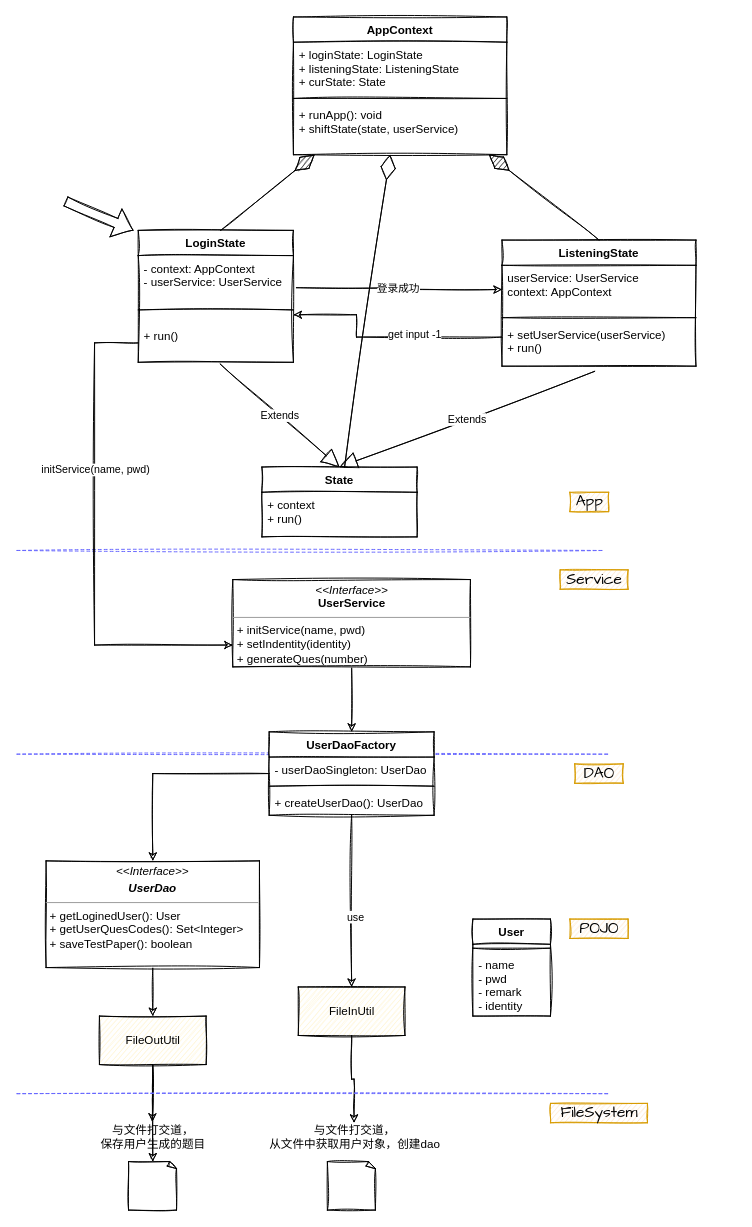
Before: Untitled Diagram.drawio in bankarian/pics, a draw.io diagram. Source tidied: cells renumbered, new cells numbered last; positions are measured from the earlier drawing's top-left corner, leaving out a move shared by most shapes. Both pictures are drawn from the tidied source at 97%, with x=0, y=0 at pixel (16, 16).
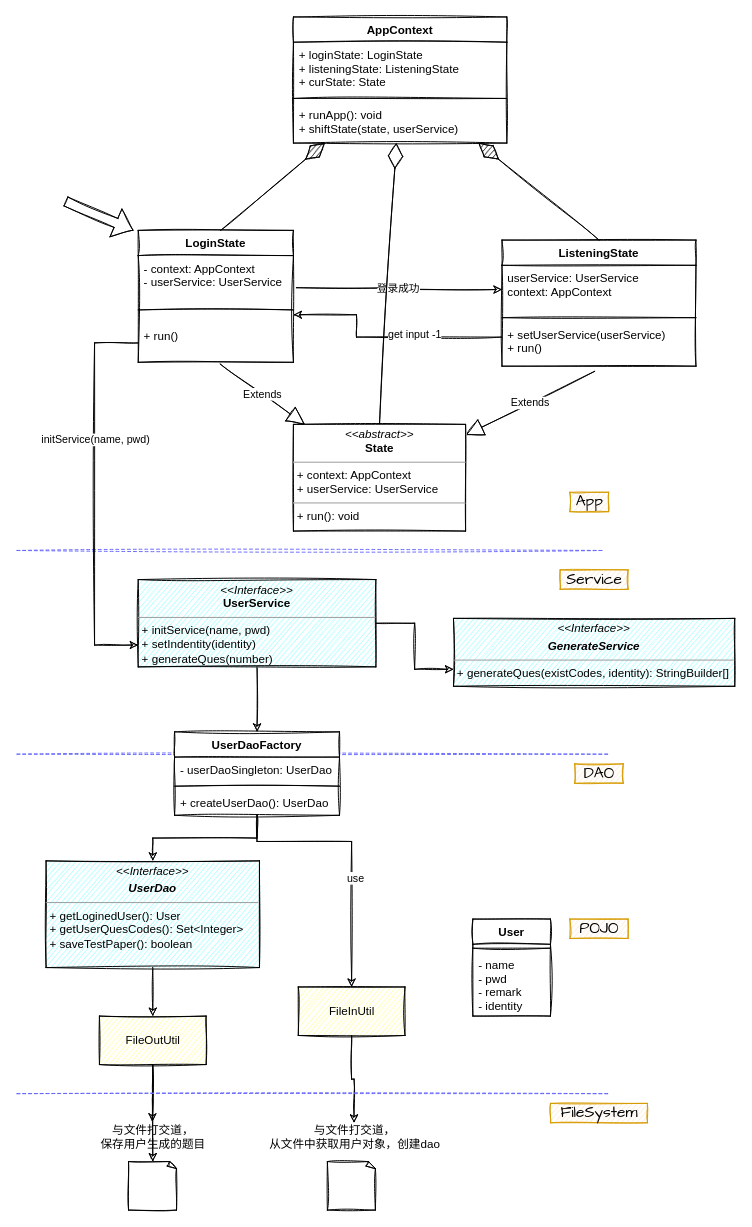
After the change.

The change refers to these unchanged cells:
```xml
<mxCell id="24" value="+ run()&#10;" style="text;strokeColor=none;fillColor=none;align=left;verticalAlign=top;spacingLeft=4;spacingRight=4;overflow=hidden;points=[[0,0.5],[1,0.5]];portConstraint=eastwest;sketch=1;" parent="20" vertex="1">
  <mxGeometry y="96" width="160" height="40" as="geometry" />
</mxCell>
<mxCell id="31" value="+ setUserService(userService)&#10;+ run()" style="text;strokeColor=none;fillColor=none;align=left;verticalAlign=top;spacingLeft=4;spacingRight=4;overflow=hidden;points=[[0,0.5],[1,0.5]];portConstraint=eastwest;sketch=1;" parent="27" vertex="1">
  <mxGeometry y="84" width="200" height="46" as="geometry" />
</mxCell>
```

What changed in the source:
```diff
@@
     <mxCell id="7" value="AppContext" style="swimlane;fontStyle=1;align=center;verticalAlign=top;horizontal=1;startSize=26;sketch=1;" parent="1" vertex="1">
-      <mxGeometry x="285" width="220" height="142" as="geometry" />
+      <mxGeometry x="285" width="220" height="130" as="geometry" />
     </mxCell>
@@
     <mxCell id="10" value="+ runApp(): void&#10;+ shiftState(state, userService)" style="text;strokeColor=none;fillColor=none;align=left;verticalAlign=top;spacingLeft=4;spacingRight=4;overflow=hidden;sketch=1;" parent="7" vertex="1">
-      <mxGeometry y="88" width="220" height="54" as="geometry" />
+      <mxGeometry y="88" width="220" height="42" as="geometry" />
     </mxCell>
@@
-    <mxCell id="12" value="&lt;p style=&quot;margin: 0px ; margin-top: 4px ; text-align: center&quot;&gt;&lt;i&gt;&amp;lt;&amp;lt;Interface&amp;gt;&amp;gt;&lt;/i&gt;&lt;br&gt;&lt;/p&gt;&lt;p style=&quot;margin: 0px ; margin-top: 4px ; text-align: center&quot;&gt;&lt;i&gt;&lt;b&gt;UserDao&lt;/b&gt;&lt;/i&gt;&lt;/p&gt;&lt;hr size=&quot;1&quot;&gt;&lt;p style=&quot;margin: 0px ; margin-left: 4px&quot;&gt;&lt;span&gt;+ getLoginedUser(): User&lt;/span&gt;&lt;br&gt;&lt;/p&gt;&lt;p style=&quot;margin: 0px ; margin-left: 4px&quot;&gt;+ getUserQuesCodes(): Set&amp;lt;Integer&amp;gt;&lt;/p&gt;&lt;p style=&quot;margin: 0px ; margin-left: 4px&quot;&gt;+ saveTestPaper(): boolean&lt;/p&gt;&lt;p style=&quot;margin: 0px ; margin-left: 4px&quot;&gt;&lt;br&gt;&lt;/p&gt;" style="verticalAlign=top;align=left;overflow=fill;fontSize=12;fontFamily=Helvetica;html=1;sketch=1;" parent="1" vertex="1">
+    <mxCell id="12" value="&lt;p style=&quot;margin: 0px ; margin-top: 4px ; text-align: center&quot;&gt;&lt;i&gt;&amp;lt;&amp;lt;Interface&amp;gt;&amp;gt;&lt;/i&gt;&lt;br&gt;&lt;/p&gt;&lt;p style=&quot;margin: 0px ; margin-top: 4px ; text-align: center&quot;&gt;&lt;i&gt;&lt;b&gt;UserDao&lt;/b&gt;&lt;/i&gt;&lt;/p&gt;&lt;hr size=&quot;1&quot;&gt;&lt;p style=&quot;margin: 0px ; margin-left: 4px&quot;&gt;&lt;span&gt;+ getLoginedUser(): User&lt;/span&gt;&lt;br&gt;&lt;/p&gt;&lt;p style=&quot;margin: 0px ; margin-left: 4px&quot;&gt;+ getUserQuesCodes(): Set&amp;lt;Integer&amp;gt;&lt;/p&gt;&lt;p style=&quot;margin: 0px ; margin-left: 4px&quot;&gt;+ saveTestPaper(): boolean&lt;/p&gt;&lt;p style=&quot;margin: 0px ; margin-left: 4px&quot;&gt;&lt;br&gt;&lt;/p&gt;" style="verticalAlign=top;align=left;overflow=fill;fontSize=12;fontFamily=Helvetica;html=1;sketch=1;fillColor=#99FFFF;" parent="1" vertex="1">
       <mxGeometry x="30" y="870" width="220" height="110" as="geometry" />
     </mxCell>
@@
+    <mxCell id="59" style="edgeStyle=orthogonalEdgeStyle;rounded=0;sketch=1;jettySize=auto;html=1;entryX=0;entryY=0.75;entryDx=0;entryDy=0;strokeColor=#000000;" parent="1" edge="1" source="15" target="60">
+      <mxGeometry relative="1" as="geometry" />
+    </mxCell>
-    <mxCell id="15" value="&lt;p style=&quot;margin: 0px ; margin-top: 4px ; text-align: center&quot;&gt;&lt;i&gt;&amp;lt;&amp;lt;Interface&amp;gt;&amp;gt;&lt;/i&gt;&lt;br&gt;&lt;b&gt;UserService&lt;/b&gt;&lt;/p&gt;&lt;hr size=&quot;1&quot;&gt;&lt;p style=&quot;margin: 0px ; margin-left: 4px&quot;&gt;+ initService(name, pwd)&lt;/p&gt;&lt;p style=&quot;margin: 0px ; margin-left: 4px&quot;&gt;+ setIndentity(identity)&lt;/p&gt;&lt;p style=&quot;margin: 0px ; margin-left: 4px&quot;&gt;+ generateQues(number)&lt;/p&gt;" style="verticalAlign=top;align=left;overflow=fill;fontSize=12;fontFamily=Helvetica;html=1;sketch=1;" parent="1" vertex="1">
-      <mxGeometry x="222.5" y="580" width="245" height="90" as="geometry" />
+    <mxCell id="15" value="&lt;p style=&quot;margin: 0px ; margin-top: 4px ; text-align: center&quot;&gt;&lt;i&gt;&amp;lt;&amp;lt;Interface&amp;gt;&amp;gt;&lt;/i&gt;&lt;br&gt;&lt;b&gt;UserService&lt;/b&gt;&lt;/p&gt;&lt;hr size=&quot;1&quot;&gt;&lt;p style=&quot;margin: 0px ; margin-left: 4px&quot;&gt;+ initService(name, pwd)&lt;/p&gt;&lt;p style=&quot;margin: 0px ; margin-left: 4px&quot;&gt;+ setIndentity(identity)&lt;/p&gt;&lt;p style=&quot;margin: 0px ; margin-left: 4px&quot;&gt;+ generateQues(number)&lt;/p&gt;" style="verticalAlign=top;align=left;overflow=fill;fontSize=12;fontFamily=Helvetica;html=1;sketch=1;fillColor=#99FFFF;" parent="1" vertex="1">
+      <mxGeometry x="125" y="580" width="245" height="90" as="geometry" />
     </mxCell>
@@
-    <mxCell id="18" value="Extends" style="endArrow=block;endSize=16;endFill=0;html=1;entryX=0.5;entryY=0;entryDx=0;entryDy=0;exitX=0.478;exitY=1.115;exitDx=0;exitDy=0;exitPerimeter=0;sketch=1;" parent="1" edge="1" source="31" target="57">
+    <mxCell id="18" value="Extends" style="endArrow=block;endSize=16;endFill=0;html=1;exitX=0.478;exitY=1.115;exitDx=0;exitDy=0;exitPerimeter=0;sketch=1;" parent="1" edge="1" source="31" target="61">
       <mxGeometry relative="1" as="geometry" />
     </mxCell>
-    <mxCell id="19" value="Extends" style="endArrow=block;endSize=16;endFill=0;html=1;exitX=0.528;exitY=1.043;exitDx=0;exitDy=0;entryX=0.5;entryY=0;entryDx=0;entryDy=0;exitPerimeter=0;sketch=1;" parent="1" edge="1" source="24" target="57">
+    <mxCell id="19" value="Extends" style="endArrow=block;endSize=16;endFill=0;html=1;exitX=0.528;exitY=1.043;exitDx=0;exitDy=0;exitPerimeter=0;sketch=1;" parent="1" edge="1" source="24" target="61">
       <mxGeometry relative="1" as="geometry" />
     </mxCell>
@@
     <mxCell id="35" style="edgeStyle=orthogonalEdgeStyle;rounded=0;sketch=1;jettySize=auto;html=1;strokeColor=#000000;" parent="1" edge="1" source="37" target="46">
-      <mxGeometry relative="1" as="geometry" />
+      <mxGeometry relative="1" as="geometry">
+        <Array as="points">
+          <mxPoint x="248" y="850" />
+          <mxPoint x="345" y="850" />
+        </Array>
+      </mxGeometry>
     </mxCell>
@@
-    <mxCell id="37" value="UserDaoFactory" style="swimlane;fontStyle=1;align=center;verticalAlign=top;horizontal=1;startSize=26;sketch=1;" parent="1" vertex="1">
-      <mxGeometry x="260" y="737" width="170" height="86" as="geometry" />
-    </mxCell>
-    <mxCell id="38" value="- userDaoSingleton: UserDao " style="text;strokeColor=none;fillColor=none;align=left;verticalAlign=top;spacingLeft=4;spacingRight=4;overflow=hidden;sketch=1;" parent="37" vertex="1">
-      <mxGeometry y="26" width="170" height="26" as="geometry" />
-    </mxCell>
-    <mxCell id="39" style="line;strokeWidth=1;fillColor=none;align=left;verticalAlign=middle;spacingTop=-1;spacingLeft=3;spacingRight=3;labelPosition=right;sketch=1;" parent="37" vertex="1">
-      <mxGeometry y="52" width="170" height="8" as="geometry" />
-    </mxCell>
-    <mxCell id="40" value="+ createUserDao(): UserDao" style="text;strokeColor=none;fillColor=none;align=left;verticalAlign=top;spacingLeft=4;spacingRight=4;overflow=hidden;sketch=1;" parent="37" vertex="1">
-      <mxGeometry y="60" width="170" height="26" as="geometry" />
-    </mxCell>
-    <mxCell id="41" style="endArrow=diamondThin;endFill=0;endSize=24;html=1;sketch=1;" parent="1" edge="1" source="57" target="7">
+    <mxCell id="41" style="endArrow=diamondThin;endFill=0;endSize=24;html=1;sketch=1;exitX=0.5;exitY=0;exitDx=0;exitDy=0;" parent="1" edge="1" source="61" target="7">
       <mxGeometry relative="1" as="geometry" />
     </mxCell>
@@
-    <mxCell id="46" value="FileInUtil" style="html=1;sketch=1;fillColor=#FFF2CC;" parent="1" vertex="1">
+    <mxCell id="46" value="FileInUtil" style="html=1;sketch=1;fillColor=#FFFF99;" parent="1" vertex="1">
       <mxGeometry x="290" y="1000" width="110" height="50" as="geometry" />
     </mxCell>
@@
-    <mxCell id="49" value="FileOutUtil" style="html=1;sketch=1;fillColor=#FFF2CC;" parent="1" vertex="1">
+    <mxCell id="49" value="FileOutUtil" style="html=1;sketch=1;fillColor=#FFFF99;" parent="1" vertex="1">
       <mxGeometry x="85" y="1030" width="110" height="50" as="geometry" />
     </mxCell>
@@
-    <mxCell id="57" value="State" style="swimlane;fontStyle=1;align=center;verticalAlign=top;horizontal=1;startSize=26;sketch=1;" parent="1" vertex="1">
-      <mxGeometry x="252.5" y="464" width="160" height="72" as="geometry" />
-    </mxCell>
-    <mxCell id="58" value="+ context&#10;+ run()" style="text;strokeColor=none;fillColor=none;align=left;verticalAlign=top;spacingLeft=4;spacingRight=4;overflow=hidden;sketch=1;" parent="57" vertex="1">
-      <mxGeometry y="26" width="160" height="46" as="geometry" />
-    </mxCell>
+    <mxCell id="37" value="UserDaoFactory" style="swimlane;fontStyle=1;align=center;verticalAlign=top;horizontal=1;startSize=26;sketch=1;" parent="1" vertex="1">
+      <mxGeometry x="162.5" y="737" width="170" height="86" as="geometry" />
+    </mxCell>
+    <mxCell id="38" value="- userDaoSingleton: UserDao " style="text;strokeColor=none;fillColor=none;align=left;verticalAlign=top;spacingLeft=4;spacingRight=4;overflow=hidden;sketch=1;" parent="37" vertex="1">
+      <mxGeometry y="26" width="170" height="26" as="geometry" />
+    </mxCell>
+    <mxCell id="39" style="line;strokeWidth=1;fillColor=none;align=left;verticalAlign=middle;spacingTop=-1;spacingLeft=3;spacingRight=3;labelPosition=right;sketch=1;" parent="37" vertex="1">
+      <mxGeometry y="52" width="170" height="8" as="geometry" />
+    </mxCell>
+    <mxCell id="40" value="+ createUserDao(): UserDao" style="text;strokeColor=none;fillColor=none;align=left;verticalAlign=top;spacingLeft=4;spacingRight=4;overflow=hidden;sketch=1;" parent="37" vertex="1">
+      <mxGeometry y="60" width="170" height="26" as="geometry" />
+    </mxCell>
+    <mxCell id="60" value="&lt;p style=&quot;margin: 0px ; margin-top: 4px ; text-align: center&quot;&gt;&lt;i&gt;&amp;lt;&amp;lt;Interface&amp;gt;&amp;gt;&lt;/i&gt;&lt;br&gt;&lt;/p&gt;&lt;p style=&quot;margin: 0px ; margin-top: 4px ; text-align: center&quot;&gt;&lt;i&gt;&lt;b&gt;GenerateService&lt;/b&gt;&lt;/i&gt;&lt;/p&gt;&lt;hr size=&quot;1&quot;&gt;&lt;p style=&quot;margin: 0px ; margin-left: 4px&quot;&gt;+ generateQues(existCodes, identity): StringBuilder[]&lt;/p&gt;&lt;p style=&quot;margin: 0px ; margin-left: 4px&quot;&gt;&lt;br&gt;&lt;/p&gt;" style="verticalAlign=top;align=left;overflow=fill;fontSize=12;fontFamily=Helvetica;html=1;sketch=1;fillColor=#99FFFF;" parent="1" vertex="1">
+      <mxGeometry x="450" y="620" width="290" height="70" as="geometry" />
+    </mxCell>
+    <mxCell id="61" value="&lt;p style=&quot;margin: 0px ; margin-top: 4px ; text-align: center&quot;&gt;&lt;i&gt;&amp;lt;&amp;lt;abstract&amp;gt;&amp;gt;&lt;/i&gt;&lt;br&gt;&lt;b&gt;State&lt;/b&gt;&lt;/p&gt;&lt;hr size=&quot;1&quot;&gt;&lt;p style=&quot;margin: 0px ; margin-left: 4px&quot;&gt;+ context: AppContext&lt;br&gt;+ userService: UserService&lt;/p&gt;&lt;hr size=&quot;1&quot;&gt;&lt;p style=&quot;margin: 0px ; margin-left: 4px&quot;&gt;+ run(): void&lt;/p&gt;" style="verticalAlign=top;align=left;overflow=fill;fontSize=12;fontFamily=Helvetica;html=1;sketch=1;fillColor=#FFFFFF;" parent="1" vertex="1">
+      <mxGeometry x="285" y="420" width="177.5" height="110" as="geometry" />
+    </mxCell>
```
